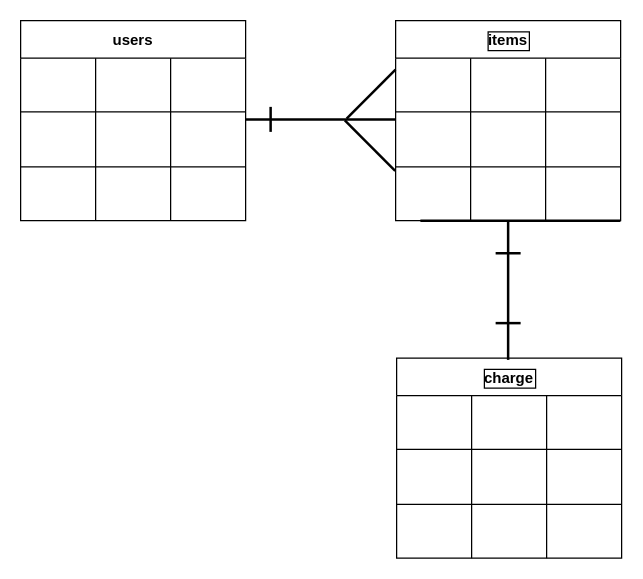
Above: test.dio in TygFF11/furima-37250 (draw.io), before the change. Source tidied: cells renumbered, new cells numbered last; positions are measured from the earlier drawing's top-left corner, leaving out a move shared by most shapes. Both pictures are drawn from the tidied source at 125%, with x=0, y=0 at pixel (20, 20).
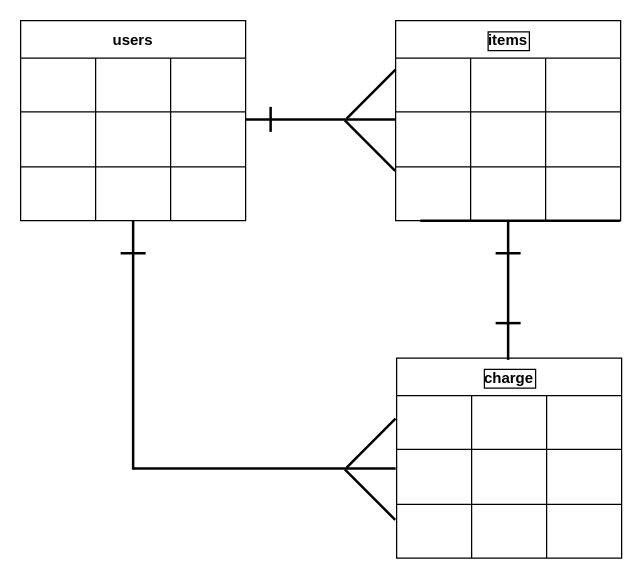
Above is the later version.

Commit message (it also covers changes not shown here):
データベース設計　修正

Change to the diagram source:
```diff
@@
+    <mxCell id="49" style="line;strokeWidth=2;html=1;" parent="1" vertex="1">
+      <mxGeometry x="90" y="353.2" width="210" height="10" as="geometry" />
+    </mxCell>
+    <mxCell id="50" style="line;strokeWidth=2;html=1;startSize=30;rotation=90;direction=south;" parent="1" vertex="1">
+      <mxGeometry x="85" y="176.1" width="10" height="20" as="geometry" />
+    </mxCell>
+    <mxCell id="51" style="line;strokeWidth=2;html=1;startSize=30;rotation=45;" parent="1" vertex="1">
+      <mxGeometry x="251" y="374.2" width="57" height="10" as="geometry" />
+    </mxCell>
+    <mxCell id="52" style="line;strokeWidth=2;html=1;startSize=30;rotation=-225;" parent="1" vertex="1">
+      <mxGeometry x="252.7" y="333" width="55.3" height="10" as="geometry" />
+    </mxCell>
+    <mxCell id="53" style="line;strokeWidth=2;direction=south;html=1;" parent="1" vertex="1">
+      <mxGeometry x="85" y="160" width="10" height="199.2" as="geometry" />
+    </mxCell>
```
